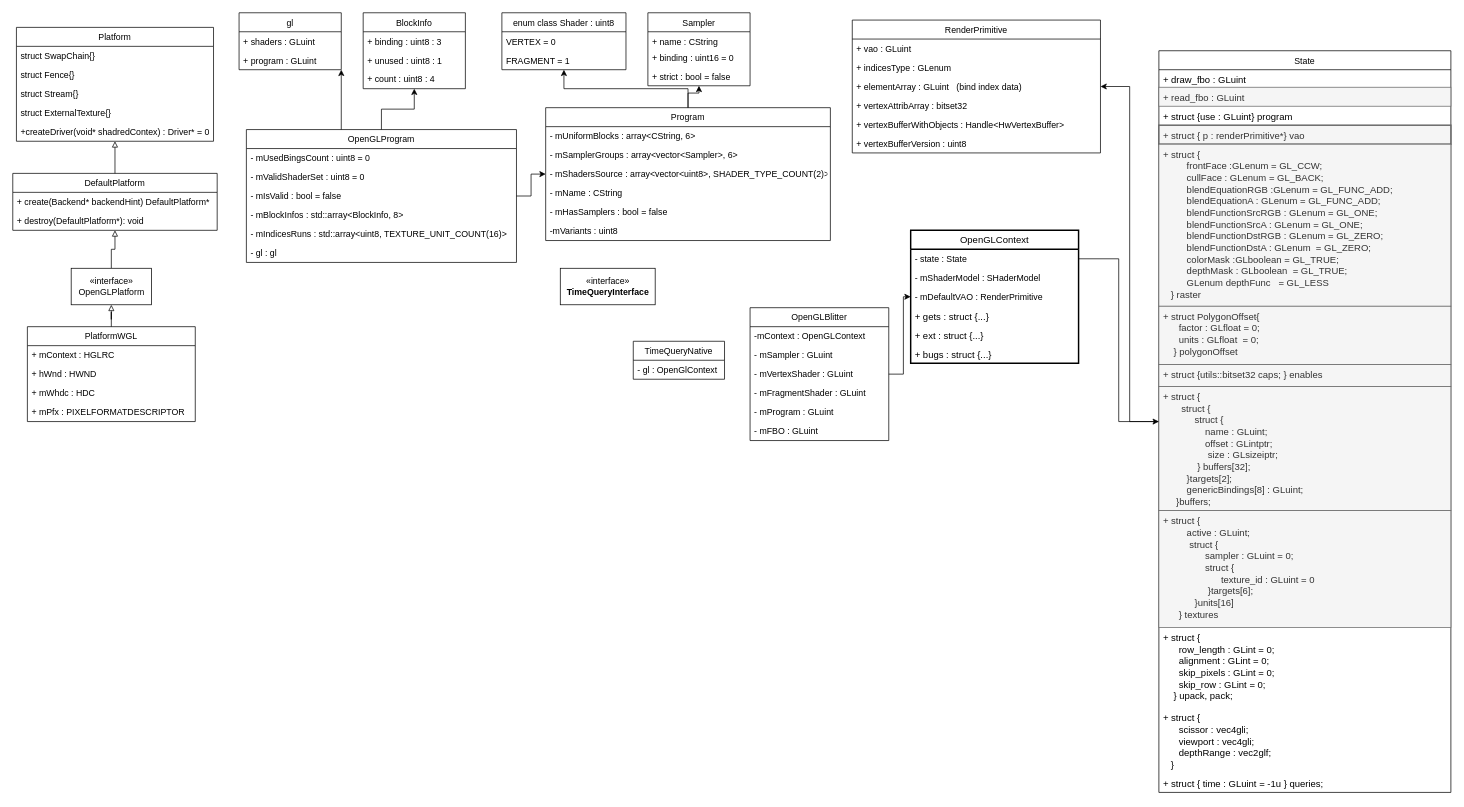
Before: UMLGraph/driver.drawio in liangshiweigithub/update, a draw.io diagram. Source tidied: cells renumbered, new cells numbered last; positions are measured from the earlier drawing's top-left corner, leaving out a move shared by most shapes. Both pictures are drawn from the tidied source at 73%, with x=0, y=0 at pixel (12, 12).
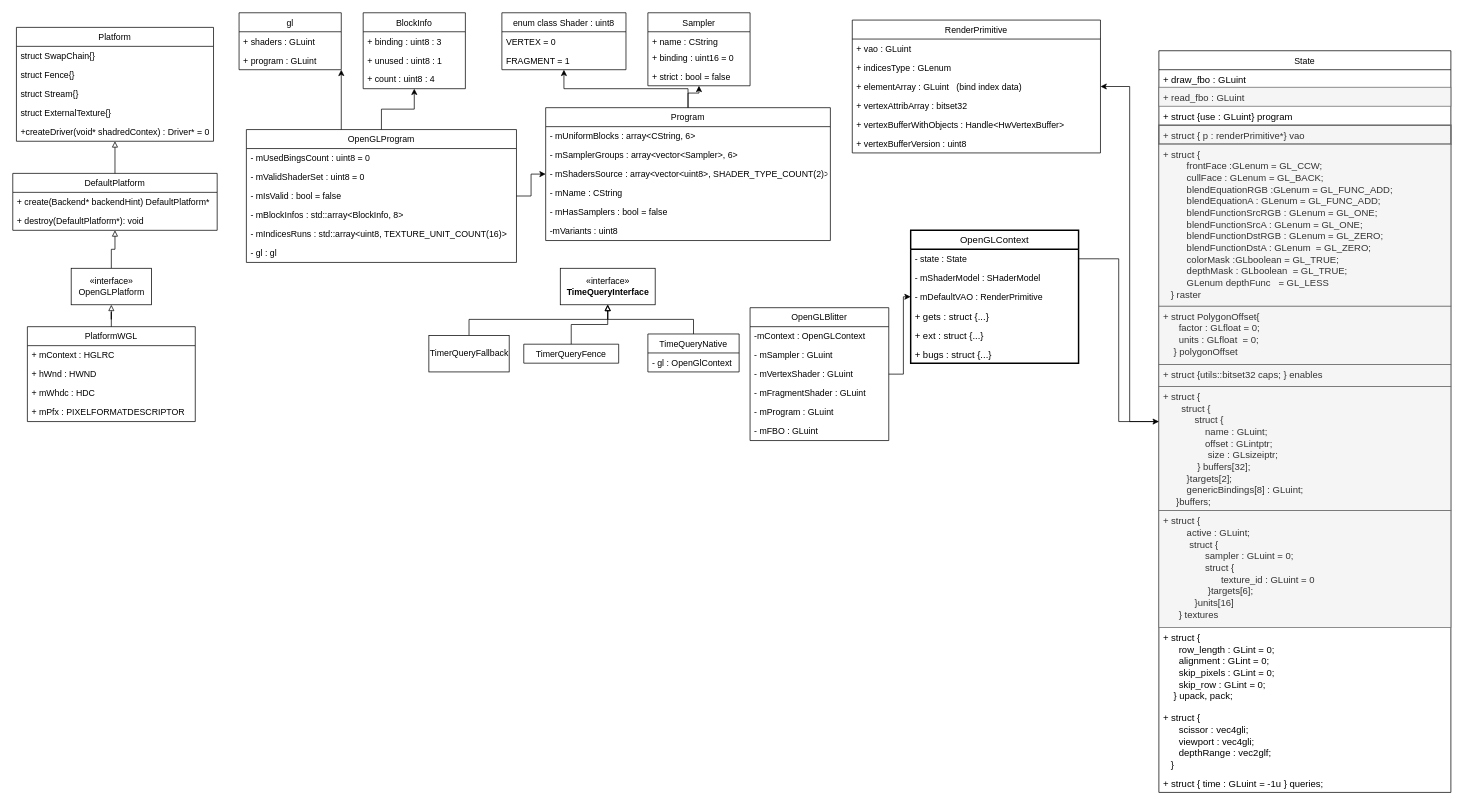
After the change.

The change refers to these unchanged cells:
```xml
<mxCell id="90" value="«interface»&lt;br&gt;&lt;b&gt;TimeQueryInterface&lt;/b&gt;" style="html=1;" parent="1" vertex="1">
  <mxGeometry x="750" y="350" width="130" height="50" as="geometry" />
</mxCell>
```

Change to the diagram source:
```diff
@@
+    <mxCell id="93" style="edgeStyle=orthogonalEdgeStyle;rounded=0;jettySize=auto;html=1;endArrow=block;endFill=0;" parent="1" edge="1" source="91" target="90">
+      <mxGeometry relative="1" as="geometry" />
+    </mxCell>
     <mxCell id="91" value="TimeQueryNative" style="swimlane;fontStyle=0;horizontal=1;startSize=26;fillColor=none;" parent="1" vertex="1">
-      <mxGeometry x="850" y="450" width="125" height="52" as="geometry" />
+      <mxGeometry x="870" y="440" width="125" height="52" as="geometry" />
     </mxCell>
@@
+    <mxCell id="94" style="edgeStyle=orthogonalEdgeStyle;rounded=0;jettySize=auto;html=1;endArrow=block;endFill=0;" parent="1" edge="1" source="95" target="90">
+      <mxGeometry relative="1" as="geometry" />
+    </mxCell>
+    <mxCell id="95" value="TimerQueryFence" style="swimlane;fontStyle=0;horizontal=1;startSize=26;fillColor=none;" parent="1" vertex="1" collapsed="1">
+      <mxGeometry x="700" y="454" width="130" height="26" as="geometry" />
+    </mxCell>
+    <mxCell id="96" style="edgeStyle=orthogonalEdgeStyle;rounded=0;jettySize=auto;html=1;endArrow=block;endFill=0;" parent="1" edge="1" source="97" target="90">
+      <mxGeometry relative="1" as="geometry">
+        <Array as="points">
+          <mxPoint x="625" y="420" />
+          <mxPoint x="815" y="420" />
+        </Array>
+      </mxGeometry>
+    </mxCell>
+    <mxCell id="97" value="TimerQueryFallback" style="html=1;" parent="1" vertex="1">
+      <mxGeometry x="570" y="442" width="110" height="50" as="geometry" />
+    </mxCell>
```
